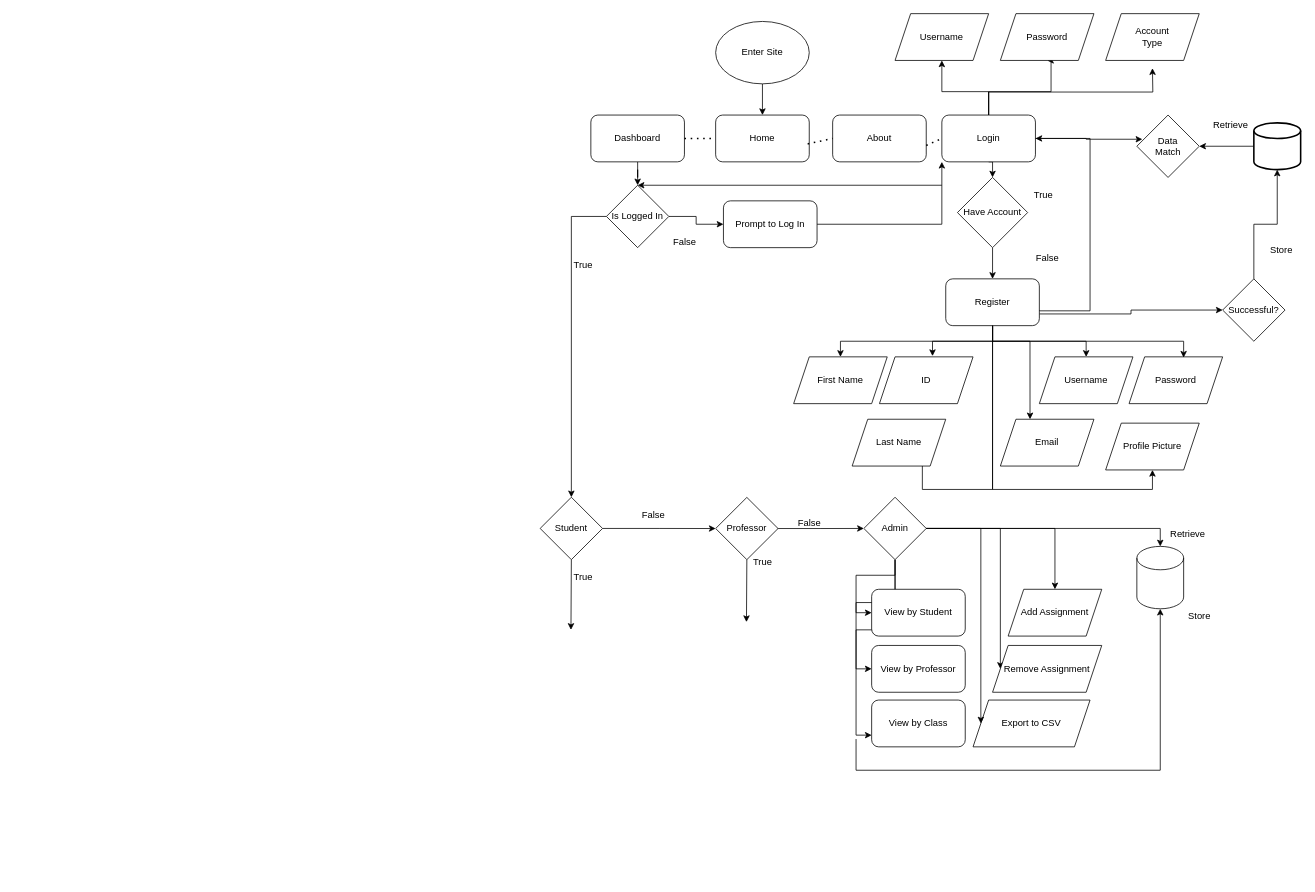
The draw.io diagram Untitled Diagram.drawio in MarkHCrawford/re_marc_abel, before the edit. Source tidied: cells renumbered, new cells numbered last; positions are measured from the earlier drawing's top-left corner, leaving out a move shared by most shapes. Both pictures are drawn from the tidied source at 78%, with x=0, y=0 at pixel (540, 13).
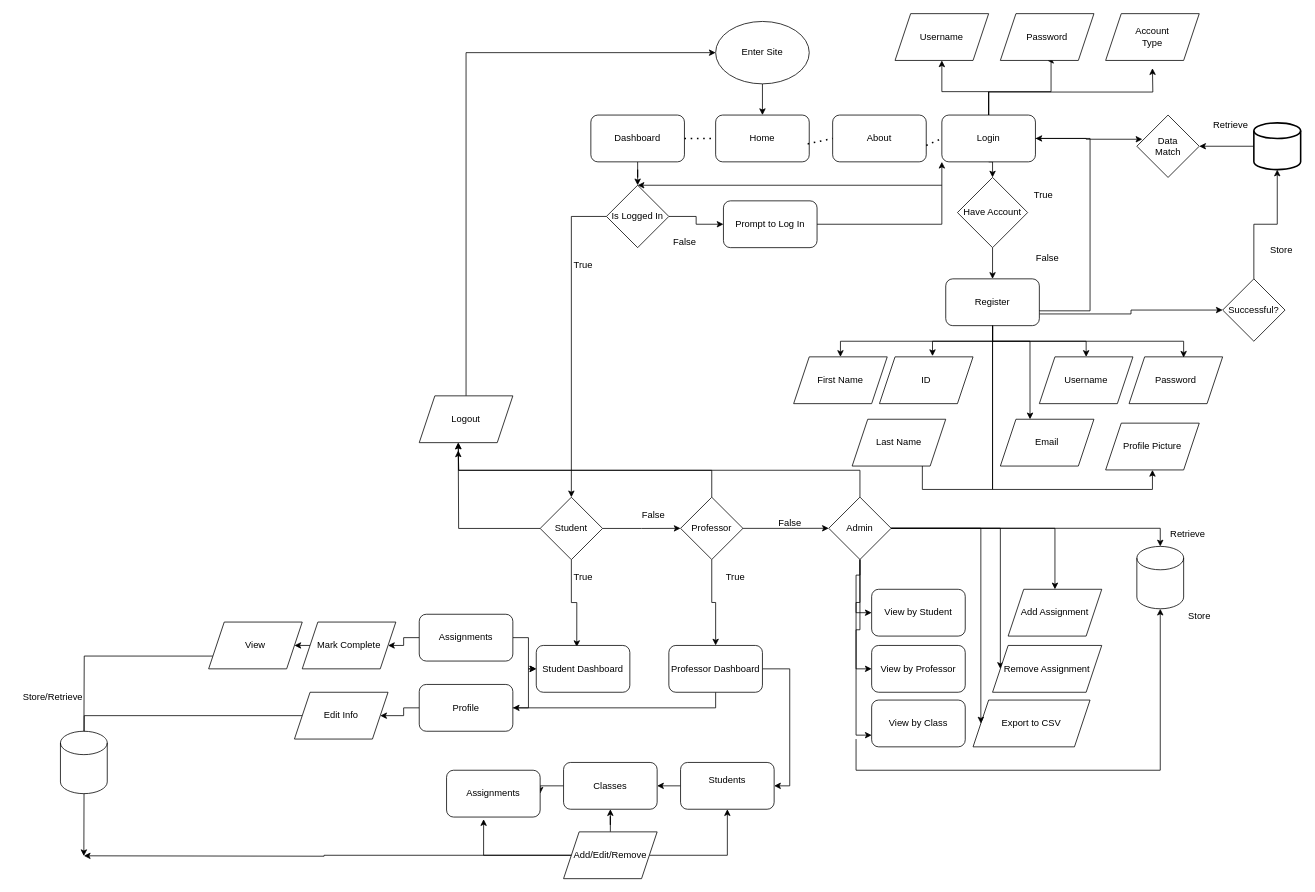
The same page after the edit.

The change refers to these unchanged cells:
```xml
<mxCell id="3" value="&lt;div&gt;Enter Site&lt;/div&gt;" style="ellipse;whiteSpace=wrap;html=1;" parent="1" vertex="1">
  <mxGeometry x="225" y="10" width="120" height="80" as="geometry" />
</mxCell>
<mxCell id="59" value="Student" style="rhombus;whiteSpace=wrap;html=1;" parent="1" vertex="1">
  <mxGeometry y="620" width="80" height="80" as="geometry" />
</mxCell>
```

What changed in the source:
```diff
@@
-    <mxCell id="57" style="edgeStyle=orthogonalEdgeStyle;rounded=0;jettySize=auto;html=1;exitX=0.5;exitY=1;exitDx=0;exitDy=0;" parent="1" edge="1" source="59">
-      <mxGeometry relative="1" as="geometry">
-        <mxPoint x="39.5" y="790" as="targetPoint" />
-      </mxGeometry>
+    <mxCell id="57" style="edgeStyle=orthogonalEdgeStyle;rounded=0;jettySize=auto;html=1;exitX=0.5;exitY=1;exitDx=0;exitDy=0;entryX=0.433;entryY=0.033;entryDx=0;entryDy=0;entryPerimeter=0;" parent="1" edge="1" source="59" target="96">
+      <mxGeometry relative="1" as="geometry" />
     </mxCell>
@@
+    <mxCell id="86" style="edgeStyle=orthogonalEdgeStyle;rounded=0;jettySize=auto;html=1;exitX=0;exitY=0.5;exitDx=0;exitDy=0;" parent="1" edge="1" source="59">
+      <mxGeometry relative="1" as="geometry">
+        <mxPoint x="-105" y="560" as="targetPoint" />
+      </mxGeometry>
+    </mxCell>
@@
-    <mxCell id="60" style="edgeStyle=orthogonalEdgeStyle;rounded=0;jettySize=auto;html=1;exitX=0.5;exitY=1;exitDx=0;exitDy=0;" parent="1" edge="1" source="62">
-      <mxGeometry relative="1" as="geometry">
-        <mxPoint x="264.5" y="780" as="targetPoint" />
-      </mxGeometry>
+    <mxCell id="60" style="edgeStyle=orthogonalEdgeStyle;rounded=0;jettySize=auto;html=1;exitX=0.5;exitY=1;exitDx=0;exitDy=0;" parent="1" edge="1" source="62" target="99">
+      <mxGeometry relative="1" as="geometry" />
     </mxCell>
@@
+    <mxCell id="87" style="edgeStyle=orthogonalEdgeStyle;rounded=0;jettySize=auto;html=1;exitX=0.5;exitY=0;exitDx=0;exitDy=0;entryX=0.5;entryY=1;entryDx=0;entryDy=0;" parent="1" edge="1" source="62">
+      <mxGeometry relative="1" as="geometry">
+        <mxPoint x="-105" y="550" as="targetPoint" />
+      </mxGeometry>
+    </mxCell>
     <mxCell id="62" value="&lt;div&gt;Professor&lt;/div&gt;" style="rhombus;whiteSpace=wrap;html=1;" parent="1" vertex="1">
-      <mxGeometry x="225" y="620.2" width="80" height="79.8" as="geometry" />
+      <mxGeometry x="180" y="620" width="80" height="79.8" as="geometry" />
     </mxCell>
@@
     <mxCell id="65" value="True" style="text;html=1;align=center;verticalAlign=middle;strokeColor=none;fillColor=none;" parent="1" vertex="1">
-      <mxGeometry x="260" y="688" width="50" height="30" as="geometry" />
+      <mxGeometry x="225" y="708" width="50" height="30" as="geometry" />
     </mxCell>
@@
+    <mxCell id="88" style="edgeStyle=orthogonalEdgeStyle;rounded=0;jettySize=auto;html=1;exitX=0.5;exitY=0;exitDx=0;exitDy=0;entryX=0.5;entryY=1;entryDx=0;entryDy=0;" parent="1" edge="1" source="71">
+      <mxGeometry relative="1" as="geometry">
+        <mxPoint x="-105" y="550" as="targetPoint" />
+      </mxGeometry>
+    </mxCell>
     <mxCell id="71" value="Admin" style="rhombus;whiteSpace=wrap;html=1;" parent="1" vertex="1">
-      <mxGeometry x="415" y="620" width="80" height="80" as="geometry" />
+      <mxGeometry x="370" y="619.8" width="80" height="80" as="geometry" />
     </mxCell>
     <mxCell id="72" value="False" style="text;html=1;align=center;verticalAlign=middle;strokeColor=none;fillColor=none;" parent="1" vertex="1">
-      <mxGeometry x="320" y="638" width="50" height="30" as="geometry" />
+      <mxGeometry x="295" y="638" width="50" height="30" as="geometry" />
     </mxCell>
@@
+    <mxCell id="89" style="edgeStyle=orthogonalEdgeStyle;rounded=0;jettySize=auto;html=1;exitX=1;exitY=0.5;exitDx=0;exitDy=0;entryX=0;entryY=0.5;entryDx=0;entryDy=0;" parent="1" edge="1" source="91" target="96">
+      <mxGeometry relative="1" as="geometry" />
+    </mxCell>
+    <mxCell id="90" style="edgeStyle=orthogonalEdgeStyle;rounded=0;jettySize=auto;html=1;exitX=0;exitY=0.5;exitDx=0;exitDy=0;entryX=1;entryY=0.5;entryDx=0;entryDy=0;" parent="1" edge="1" source="91" target="108">
+      <mxGeometry relative="1" as="geometry" />
+    </mxCell>
+    <mxCell id="91" value="Assignments" style="rounded=1;whiteSpace=wrap;html=1;" parent="1" vertex="1">
+      <mxGeometry x="-155" y="770" width="120" height="60" as="geometry" />
+    </mxCell>
+    <mxCell id="92" style="edgeStyle=orthogonalEdgeStyle;rounded=0;jettySize=auto;html=1;exitX=0.5;exitY=0;exitDx=0;exitDy=0;entryX=0;entryY=0.5;entryDx=0;entryDy=0;" parent="1" edge="1" source="93" target="3">
+      <mxGeometry relative="1" as="geometry" />
+    </mxCell>
+    <mxCell id="93" value="Logout" style="shape=parallelogram;perimeter=parallelogramPerimeter;whiteSpace=wrap;html=1;fixedSize=1;" parent="1" vertex="1">
+      <mxGeometry x="-155" y="490" width="120" height="60" as="geometry" />
+    </mxCell>
+    <mxCell id="94" style="edgeStyle=orthogonalEdgeStyle;rounded=0;jettySize=auto;html=1;exitX=0;exitY=0.5;exitDx=0;exitDy=0;entryX=1;entryY=0.5;entryDx=0;entryDy=0;" parent="1" edge="1" source="95" target="102">
+      <mxGeometry relative="1" as="geometry" />
+    </mxCell>
+    <mxCell id="95" value="Profile" style="rounded=1;whiteSpace=wrap;html=1;" parent="1" vertex="1">
+      <mxGeometry x="-155" y="860" width="120" height="60" as="geometry" />
+    </mxCell>
+    <mxCell id="96" value="Student Dashboard" style="rounded=1;whiteSpace=wrap;html=1;" parent="1" vertex="1">
+      <mxGeometry x="-5" y="810" width="120" height="60" as="geometry" />
+    </mxCell>
+    <mxCell id="97" style="edgeStyle=orthogonalEdgeStyle;rounded=0;jettySize=auto;html=1;exitX=0.5;exitY=1;exitDx=0;exitDy=0;" parent="1" edge="1" source="99" target="95">
+      <mxGeometry relative="1" as="geometry" />
+    </mxCell>
+    <mxCell id="98" style="edgeStyle=orthogonalEdgeStyle;rounded=0;jettySize=auto;html=1;exitX=1;exitY=0.5;exitDx=0;exitDy=0;entryX=1;entryY=0.5;entryDx=0;entryDy=0;" parent="1" edge="1" source="99" target="104">
+      <mxGeometry relative="1" as="geometry" />
+    </mxCell>
+    <mxCell id="99" value="Professor Dashboard" style="rounded=1;whiteSpace=wrap;html=1;" parent="1" vertex="1">
+      <mxGeometry x="165" y="810" width="120" height="60" as="geometry" />
+    </mxCell>
+    <mxCell id="100" style="edgeStyle=orthogonalEdgeStyle;rounded=0;jettySize=auto;html=1;exitX=1;exitY=0.5;exitDx=0;exitDy=0;entryX=0;entryY=0.5;entryDx=0;entryDy=0;" parent="1" edge="1" source="95" target="96">
+      <mxGeometry relative="1" as="geometry" />
+    </mxCell>
+    <mxCell id="101" style="edgeStyle=orthogonalEdgeStyle;rounded=0;jettySize=auto;html=1;exitX=0;exitY=0.5;exitDx=0;exitDy=0;" parent="1" edge="1" source="102">
+      <mxGeometry relative="1" as="geometry">
+        <mxPoint x="-585" y="1080" as="targetPoint" />
+      </mxGeometry>
+    </mxCell>
+    <mxCell id="102" value="Edit Info" style="shape=parallelogram;perimeter=parallelogramPerimeter;whiteSpace=wrap;html=1;fixedSize=1;" parent="1" vertex="1">
+      <mxGeometry x="-315" y="870" width="120" height="60" as="geometry" />
+    </mxCell>
+    <mxCell id="103" style="edgeStyle=orthogonalEdgeStyle;rounded=0;jettySize=auto;html=1;exitX=0;exitY=0.5;exitDx=0;exitDy=0;entryX=1;entryY=0.5;entryDx=0;entryDy=0;" parent="1" edge="1" source="104" target="110">
+      <mxGeometry relative="1" as="geometry" />
+    </mxCell>
+    <mxCell id="104" value="&lt;div&gt;Students&lt;/div&gt;&lt;div&gt;&lt;br&gt;&lt;/div&gt;" style="rounded=1;whiteSpace=wrap;html=1;" parent="1" vertex="1">
+      <mxGeometry x="180" y="960" width="120" height="60" as="geometry" />
+    </mxCell>
+    <mxCell id="105" style="edgeStyle=orthogonalEdgeStyle;rounded=0;jettySize=auto;html=1;exitX=0;exitY=0.75;exitDx=0;exitDy=0;" parent="1" edge="1" source="106">
+      <mxGeometry relative="1" as="geometry">
+        <mxPoint x="-585" y="940" as="targetPoint" />
+      </mxGeometry>
+    </mxCell>
+    <mxCell id="106" value="View" style="shape=parallelogram;perimeter=parallelogramPerimeter;whiteSpace=wrap;html=1;fixedSize=1;" parent="1" vertex="1">
+      <mxGeometry x="-425" y="780" width="120" height="60" as="geometry" />
+    </mxCell>
+    <mxCell id="107" style="edgeStyle=orthogonalEdgeStyle;rounded=0;jettySize=auto;html=1;exitX=0;exitY=0.5;exitDx=0;exitDy=0;entryX=1;entryY=0.5;entryDx=0;entryDy=0;" parent="1" edge="1" source="108" target="106">
+      <mxGeometry relative="1" as="geometry" />
+    </mxCell>
+    <mxCell id="108" value="Mark Complete" style="shape=parallelogram;perimeter=parallelogramPerimeter;whiteSpace=wrap;html=1;fixedSize=1;" parent="1" vertex="1">
+      <mxGeometry x="-305" y="780" width="120" height="60" as="geometry" />
+    </mxCell>
+    <mxCell id="109" style="edgeStyle=orthogonalEdgeStyle;rounded=0;jettySize=auto;html=1;exitX=0;exitY=0.5;exitDx=0;exitDy=0;entryX=1;entryY=0.5;entryDx=0;entryDy=0;" parent="1" edge="1" source="110" target="111">
+      <mxGeometry relative="1" as="geometry" />
+    </mxCell>
+    <mxCell id="110" value="Classes" style="rounded=1;whiteSpace=wrap;html=1;" parent="1" vertex="1">
+      <mxGeometry x="30" y="960" width="120" height="60" as="geometry" />
+    </mxCell>
+    <mxCell id="111" value="Assignments" style="rounded=1;whiteSpace=wrap;html=1;" parent="1" vertex="1">
+      <mxGeometry x="-120" y="970" width="120" height="60" as="geometry" />
+    </mxCell>
+    <mxCell id="112" style="edgeStyle=orthogonalEdgeStyle;rounded=0;jettySize=auto;html=1;exitX=0.5;exitY=0;exitDx=0;exitDy=0;" parent="1" edge="1" source="115" target="110">
+      <mxGeometry relative="1" as="geometry" />
+    </mxCell>
+    <mxCell id="113" style="edgeStyle=orthogonalEdgeStyle;rounded=0;jettySize=auto;html=1;exitX=1;exitY=0.5;exitDx=0;exitDy=0;entryX=0.5;entryY=1;entryDx=0;entryDy=0;" parent="1" edge="1" source="115" target="104">
+      <mxGeometry relative="1" as="geometry" />
+    </mxCell>
+    <mxCell id="114" style="edgeStyle=orthogonalEdgeStyle;rounded=0;jettySize=auto;html=1;exitX=0;exitY=0.5;exitDx=0;exitDy=0;" parent="1" edge="1" source="115">
+      <mxGeometry relative="1" as="geometry">
+        <mxPoint x="-585" y="1079.7" as="targetPoint" />
+      </mxGeometry>
+    </mxCell>
+    <mxCell id="115" value="Add/Edit/Remove" style="shape=parallelogram;perimeter=parallelogramPerimeter;whiteSpace=wrap;html=1;fixedSize=1;" parent="1" vertex="1">
+      <mxGeometry x="30" y="1049" width="120" height="60" as="geometry" />
+    </mxCell>
+    <mxCell id="116" style="edgeStyle=orthogonalEdgeStyle;rounded=0;jettySize=auto;html=1;exitX=0;exitY=0.5;exitDx=0;exitDy=0;entryX=0.396;entryY=1.046;entryDx=0;entryDy=0;entryPerimeter=0;" parent="1" edge="1" source="115" target="111">
+      <mxGeometry relative="1" as="geometry" />
+    </mxCell>
+    <mxCell id="117" style="shape=cylinder3;whiteSpace=wrap;html=1;boundedLbl=1;backgroundOutline=1;size=15;" parent="1" vertex="1">
+      <mxGeometry x="-615" y="920" width="60" height="80" as="geometry" />
+    </mxCell>
+    <mxCell id="118" value="&lt;div&gt;Store/Retrieve&lt;/div&gt;&lt;div&gt;&lt;br&gt;&lt;/div&gt;" style="text;html=1;align=center;verticalAlign=middle;strokeColor=none;fillColor=none;" parent="1" vertex="1">
+      <mxGeometry x="-675" y="863" width="100" height="40" as="geometry" />
+    </mxCell>
```
